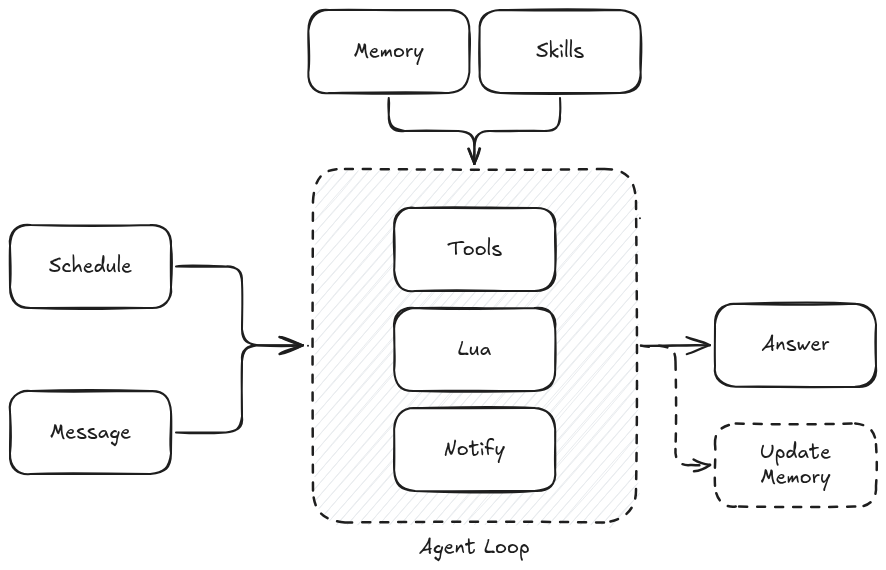
Earlier version of the Excalidraw export docs/agent-loop.excalidraw.png (nsg/marrow). Source tidied: one line per element, renumbered; positions are measured from the earlier drawing's top-left corner, leaving out a move shared by most shapes.
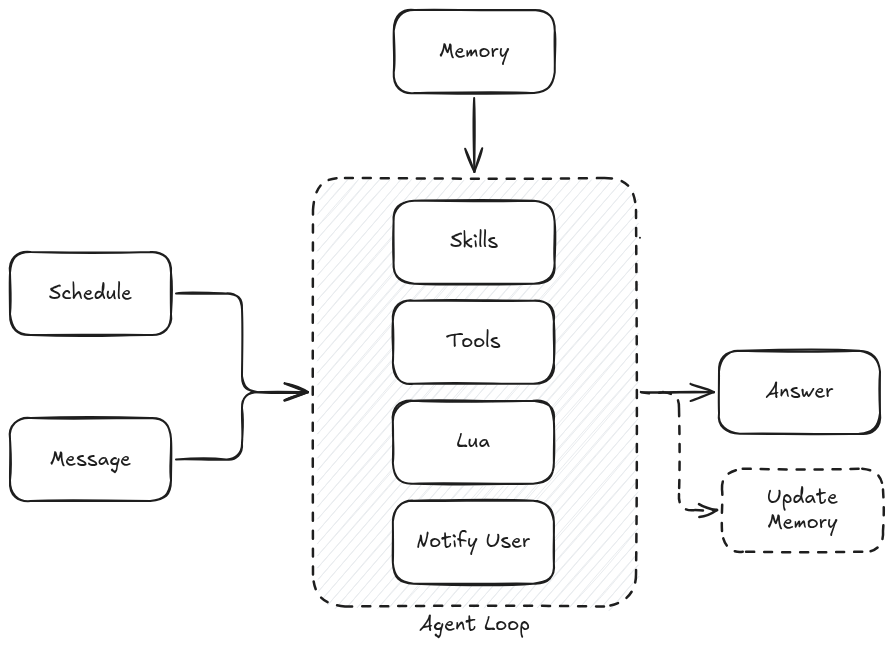
After the commit.

Commit message:
update README for on-demand skills and dashboard

Skills moved from upfront injection to on-demand loading inside
the agent loop. Update the diagram and descriptions to reflect
this. Add dashboard section for marrow-dash. Mention parallel
actions.

What changed in the source:
```diff
@@ -1,28 +1,26 @@
-{"id": 0, "type": "rectangle", "strokeColor": "#1e1e1e", "backgroundColor": "#e9ecef", "fillStyle": "hachure", "strokeWidth": 2, "strokeStyle": "dashed", "roughness": 1, "round": true, "x": 303, "y": 159, "width": 323, "height": 354}
+{"id": 0, "type": "rectangle", "strokeColor": "#1e1e1e", "backgroundColor": "#e9ecef", "fillStyle": "hachure", "strokeWidth": 2, "strokeStyle": "dashed", "roughness": 1, "round": true, "x": 303, "y": 141, "width": 323, "height": 428}
-{"id": 1, "type": "rectangle", "strokeColor": "#1e1e1e", "strokeWidth": 2, "roughness": 1, "round": true, "x": 298, "y": 0, "width": 161, "height": 83}
+{"id": 1, "type": "rectangle", "strokeColor": "#1e1e1e", "strokeWidth": 2, "roughness": 1, "round": true, "x": 384, "y": -27, "width": 161, "height": 83}
-{"id": 2, "type": "text", "text": "Memory", "strokeColor": "#1e1e1e", "strokeWidth": 2, "roughness": 1, "fontSize": 20, "fontFamily": 5, "textAlign": "center", "verticalAlign": "middle", "inside": 1, "x": 344, "y": 29, "width": 70, "height": 25}
+{"id": 2, "type": "text", "text": "Memory", "strokeColor": "#1e1e1e", "strokeWidth": 2, "roughness": 1, "fontSize": 20, "fontFamily": 5, "textAlign": "center", "verticalAlign": "middle", "inside": 1, "x": 429, "y": 2, "width": 70, "height": 25}
-{"id": 3, "type": "rectangle", "strokeColor": "#1e1e1e", "strokeWidth": 2, "roughness": 1, "round": true, "x": 470, "y": 0, "width": 161, "height": 83}
+{"id": 3, "type": "rectangle", "strokeColor": "#1e1e1e", "backgroundColor": "#ffffff", "fillStyle": "solid", "strokeWidth": 2, "roughness": 1, "round": true, "x": 384, "y": 164, "width": 161, "height": 83}
-{"id": 4, "type": "text", "text": "Skills", "strokeColor": "#1e1e1e", "strokeWidth": 2, "roughness": 1, "fontSize": 20, "fontFamily": 5, "textAlign": "center", "verticalAlign": "middle", "inside": 3, "x": 526, "y": 29, "width": 48, "height": 25}
+{"id": 4, "type": "text", "text": "Skills", "strokeColor": "#1e1e1e", "strokeWidth": 2, "roughness": 1, "fontSize": 20, "fontFamily": 5, "textAlign": "center", "verticalAlign": "middle", "inside": 3, "x": 440, "y": 193, "width": 48, "height": 25}
 {"id": 5, "type": "rectangle", "strokeColor": "#1e1e1e", "strokeWidth": 2, "roughness": 1, "round": true, "x": 0, "y": 215, "width": 161, "height": 83}
 {"id": 6, "type": "text", "text": "Schedule", "strokeColor": "#1e1e1e", "strokeWidth": 2, "roughness": 1, "fontSize": 20, "fontFamily": 5, "textAlign": "center", "verticalAlign": "middle", "inside": 5, "x": 39, "y": 244, "width": 83, "height": 25}
 {"id": 7, "type": "rectangle", "strokeColor": "#1e1e1e", "strokeWidth": 2, "roughness": 1, "round": true, "x": 0, "y": 381, "width": 161, "height": 83}
 {"id": 8, "type": "text", "text": "Message", "strokeColor": "#1e1e1e", "strokeWidth": 2, "roughness": 1, "fontSize": 20, "fontFamily": 5, "textAlign": "center", "verticalAlign": "middle", "inside": 7, "x": 40, "y": 410, "width": 81, "height": 25}
-{"id": 9, "type": "arrow", "strokeColor": "#1e1e1e", "strokeWidth": 2, "roughness": 1, "endArrowhead": "arrow", "from": 5, "to": 0, "x": 166, "y": 256, "width": 127, "height": 79, "points": [[0, 0], [66, 0], [66, 79], [127, 79]]}
+{"id": 9, "type": "arrow", "strokeColor": "#1e1e1e", "strokeWidth": 2, "roughness": 1, "endArrowhead": "arrow", "from": 5, "to": 0, "x": 166, "y": 256, "width": 132, "height": 99, "points": [[0, 0], [66, 0], [66, 99], [132, 99]]}
-{"id": 10, "type": "arrow", "strokeColor": "#1e1e1e", "strokeWidth": 2, "roughness": 1, "endArrowhead": "arrow", "from": 7, "to": 0, "x": 166, "y": 422, "width": 127, "height": 87, "points": [[0, 0], [66, 0], [66, -87], [127, -87]]}
-{"id": 11, "type": "rectangle", "strokeColor": "#1e1e1e", "backgroundColor": "#ffffff", "fillStyle": "solid", "strokeWidth": 2, "roughness": 1, "round": true, "x": 384, "y": 398, "width": 161, "height": 83}
+{"id": 11, "type": "rectangle", "strokeColor": "#1e1e1e", "backgroundColor": "#ffffff", "fillStyle": "solid", "strokeWidth": 2, "roughness": 1, "round": true, "x": 383, "y": 464, "width": 161, "height": 83}
-{"id": 12, "type": "text", "text": "Notify", "strokeColor": "#1e1e1e", "strokeWidth": 2, "roughness": 1, "fontSize": 20, "fontFamily": 5, "textAlign": "center", "verticalAlign": "middle", "inside": 11, "x": 434, "y": 427, "width": 61, "height": 25}
+{"id": 12, "type": "text", "text": "Notify User", "strokeColor": "#1e1e1e", "strokeWidth": 2, "roughness": 1, "fontSize": 20, "fontFamily": 5, "textAlign": "center", "verticalAlign": "middle", "inside": 11, "x": 407, "y": 493, "width": 114, "height": 25}
-{"id": 13, "type": "text", "text": "Agent Loop", "strokeColor": "#1e1e1e", "backgroundColor": "#ffec99", "fillStyle": "solid", "strokeWidth": 2, "roughness": 1, "fontSize": 20, "fontFamily": 5, "x": 409, "y": 525, "width": 111, "height": 25}
+{"id": 13, "type": "text", "text": "Agent Loop", "strokeColor": "#1e1e1e", "backgroundColor": "#ffec99", "fillStyle": "solid", "strokeWidth": 2, "roughness": 1, "fontSize": 20, "fontFamily": 5, "x": 410, "y": 576, "width": 111, "height": 25}
-{"id": 14, "type": "arrow", "strokeColor": "#1e1e1e", "backgroundColor": "#ffec99", "fillStyle": "solid", "strokeWidth": 2, "roughness": 1, "endArrowhead": "arrow", "from": 1, "to": 0, "x": 379, "y": 88, "width": 86, "height": 66, "points": [[0, 0], [0, 33], [86, 33], [86, 66]]}
+{"id": 14, "type": "arrow", "strokeColor": "#1e1e1e", "backgroundColor": "#ffec99", "fillStyle": "solid", "strokeWidth": 2, "roughness": 1, "endArrowhead": "arrow", "from": 1, "to": 0, "x": 464, "y": 61, "width": 0, "height": 74, "points": [[0, 0], [0, 74]]}
-{"id": 15, "type": "arrow", "strokeColor": "#1e1e1e", "backgroundColor": "#ffec99", "fillStyle": "solid", "strokeWidth": 2, "roughness": 1, "endArrowhead": "arrow", "from": 3, "to": 0, "x": 550, "y": 88, "width": 86, "height": 66, "points": [[0, 0], [0, 33], [-86, 33], [-86, 66]]}
-{"id": 16, "type": "arrow", "strokeColor": "#1e1e1e", "backgroundColor": "#ffec99", "fillStyle": "solid", "strokeWidth": 2, "roughness": 1, "endArrowhead": "arrow", "from": 0, "to": 0, "x": 630, "y": 208, "width": 0, "height": 0, "points": [[0, 0], [0, 0]]}
+{"id": 16, "type": "arrow", "strokeColor": "#1e1e1e", "backgroundColor": "#ffec99", "fillStyle": "solid", "strokeWidth": 2, "roughness": 1, "endArrowhead": "arrow", "from": 0, "to": 0, "x": 630, "y": 201, "width": 0, "height": 0, "points": [[0, 0], [0, 0]]}
-{"id": 17, "type": "rectangle", "strokeColor": "#1e1e1e", "backgroundColor": "#ffffff", "fillStyle": "solid", "strokeWidth": 2, "roughness": 1, "round": true, "x": 384, "y": 298, "width": 161, "height": 83}
+{"id": 17, "type": "rectangle", "strokeColor": "#1e1e1e", "backgroundColor": "#ffffff", "fillStyle": "solid", "strokeWidth": 2, "roughness": 1, "round": true, "x": 383, "y": 364, "width": 161, "height": 83}
-{"id": 18, "type": "text", "text": "Lua", "strokeColor": "#1e1e1e", "strokeWidth": 2, "roughness": 1, "fontSize": 20, "fontFamily": 5, "textAlign": "center", "verticalAlign": "middle", "inside": 17, "x": 448, "y": 327, "width": 33, "height": 25}
+{"id": 18, "type": "text", "text": "Lua", "strokeColor": "#1e1e1e", "strokeWidth": 2, "roughness": 1, "fontSize": 20, "fontFamily": 5, "textAlign": "center", "verticalAlign": "middle", "inside": 17, "x": 447, "y": 393, "width": 33, "height": 25}
-{"id": 19, "type": "rectangle", "strokeColor": "#1e1e1e", "backgroundColor": "#ffffff", "fillStyle": "solid", "strokeWidth": 2, "roughness": 1, "round": true, "x": 384, "y": 198, "width": 161, "height": 83}
+{"id": 19, "type": "rectangle", "strokeColor": "#1e1e1e", "backgroundColor": "#ffffff", "fillStyle": "solid", "strokeWidth": 2, "roughness": 1, "round": true, "x": 383, "y": 264, "width": 161, "height": 83}
-{"id": 20, "type": "text", "text": "Tools", "strokeColor": "#1e1e1e", "strokeWidth": 2, "roughness": 1, "fontSize": 20, "fontFamily": 5, "textAlign": "center", "verticalAlign": "middle", "inside": 19, "x": 437, "y": 227, "width": 55, "height": 25}
+{"id": 20, "type": "text", "text": "Tools", "strokeColor": "#1e1e1e", "strokeWidth": 2, "roughness": 1, "fontSize": 20, "fontFamily": 5, "textAlign": "center", "verticalAlign": "middle", "inside": 19, "x": 436, "y": 293, "width": 55, "height": 25}
-{"id": 21, "type": "rectangle", "strokeColor": "#1e1e1e", "strokeWidth": 2, "roughness": 1, "round": true, "x": 705, "y": 294, "width": 161, "height": 83}
+{"id": 21, "type": "rectangle", "strokeColor": "#1e1e1e", "strokeWidth": 2, "roughness": 1, "round": true, "x": 709, "y": 314, "width": 161, "height": 83}
-{"id": 22, "type": "text", "text": "Answer", "strokeColor": "#1e1e1e", "strokeWidth": 2, "roughness": 1, "fontSize": 20, "fontFamily": 5, "textAlign": "center", "verticalAlign": "middle", "inside": 21, "x": 752, "y": 323, "width": 68, "height": 25}
+{"id": 22, "type": "text", "text": "Answer", "strokeColor": "#1e1e1e", "strokeWidth": 2, "roughness": 1, "fontSize": 20, "fontFamily": 5, "textAlign": "center", "verticalAlign": "middle", "inside": 21, "x": 756, "y": 343, "width": 68, "height": 25}
-{"id": 23, "type": "arrow", "strokeColor": "#1e1e1e", "backgroundColor": "#ffec99", "fillStyle": "solid", "strokeWidth": 2, "roughness": 1, "endArrowhead": "arrow", "from": 0, "to": 21, "x": 631, "y": 336, "width": 69, "height": 0, "points": [[0, 0], [69, 0]]}
+{"id": 23, "type": "arrow", "strokeColor": "#1e1e1e", "backgroundColor": "#ffec99", "fillStyle": "solid", "strokeWidth": 2, "roughness": 1, "endArrowhead": "arrow", "from": 0, "to": 21, "x": 631, "y": 355, "width": 73, "height": 0, "points": [[0, 0], [73, 0]]}
-{"id": 24, "type": "arrow", "strokeColor": "#1e1e1e", "backgroundColor": "#ffec99", "fillStyle": "solid", "strokeWidth": 2, "roughness": 1, "endArrowhead": "arrow", "from": 0, "x": 298, "y": 336, "width": 0, "height": 0, "points": [[0, 0], [0, 0]]}
-{"id": 25, "type": "rectangle", "strokeColor": "#1e1e1e", "strokeWidth": 2, "strokeStyle": "dashed", "roughness": 1, "round": true, "x": 705, "y": 414, "width": 161, "height": 83}
+{"id": 25, "type": "rectangle", "strokeColor": "#1e1e1e", "strokeWidth": 2, "strokeStyle": "dashed", "roughness": 1, "round": true, "x": 712, "y": 432, "width": 161, "height": 83}
-{"id": 26, "type": "text", "text": "Update\nMemory", "strokeColor": "#1e1e1e", "strokeWidth": 2, "roughness": 1, "fontSize": 20, "fontFamily": 5, "textAlign": "center", "verticalAlign": "middle", "inside": 25, "x": 750, "y": 430, "width": 71, "height": 50}
+{"id": 26, "type": "text", "text": "Update\nMemory", "strokeColor": "#1e1e1e", "strokeWidth": 2, "roughness": 1, "fontSize": 20, "fontFamily": 5, "textAlign": "center", "verticalAlign": "middle", "inside": 25, "x": 757, "y": 448, "width": 71, "height": 50}
-{"id": 27, "type": "arrow", "strokeColor": "#1e1e1e", "strokeWidth": 2, "strokeStyle": "dashed", "roughness": 1, "endArrowhead": "arrow", "from": 0, "to": 25, "x": 631, "y": 336, "width": 69, "height": 119, "points": [[0, 0], [34, 0], [34, 119], [69, 119]]}
+{"id": 27, "type": "arrow", "strokeColor": "#1e1e1e", "strokeWidth": 2, "strokeStyle": "dashed", "roughness": 1, "endArrowhead": "arrow", "from": 0, "to": 25, "x": 631, "y": 355, "width": 76, "height": 118, "points": [[0, 0], [38, 0], [38, 118], [76, 118]]}
+{"id": 28, "type": "arrow", "strokeColor": "#1e1e1e", "backgroundColor": "#ffffff", "fillStyle": "solid", "strokeWidth": 2, "roughness": 1, "endArrowhead": "arrow", "from": 7, "to": 0, "x": 166, "y": 422, "width": 132, "height": 67, "points": [[0, 0], [66, 0], [66, -67], [132, -67]]}
```
